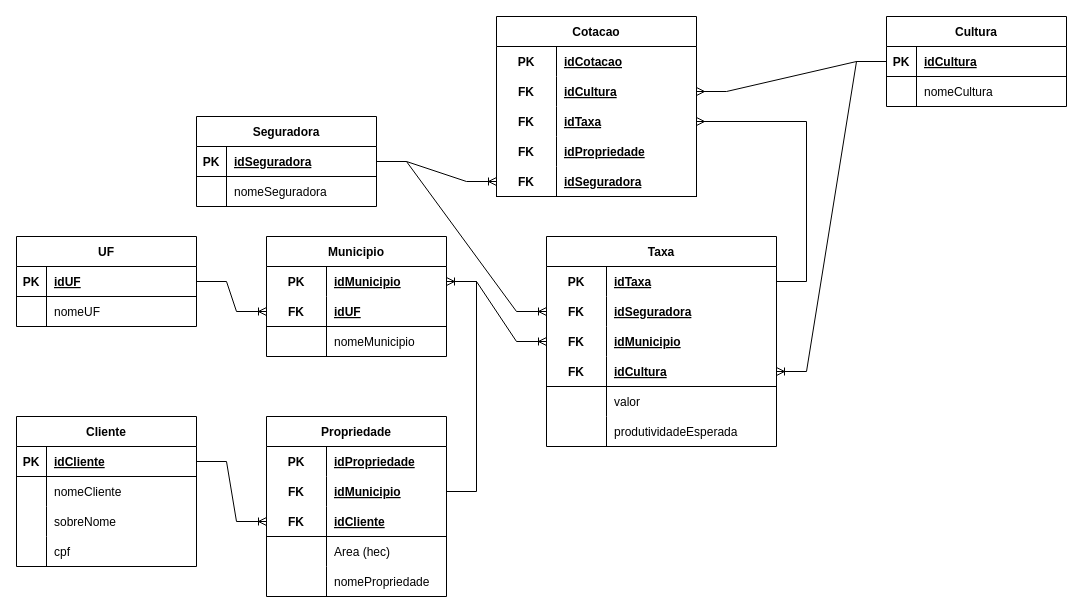
The draw.io diagram page "logica" (2 of 2) of Banco de dados/Modelagem.drawio in TecnologiaAmana/Cotador-1.0, before the edit. Source tidied: cells renumbered, new cells numbered last; positions are measured from the earlier drawing's top-left corner, leaving out a move shared by most shapes. Both pictures are drawn from the tidied source at 100%, with x=0, y=0 at pixel (16, 16).
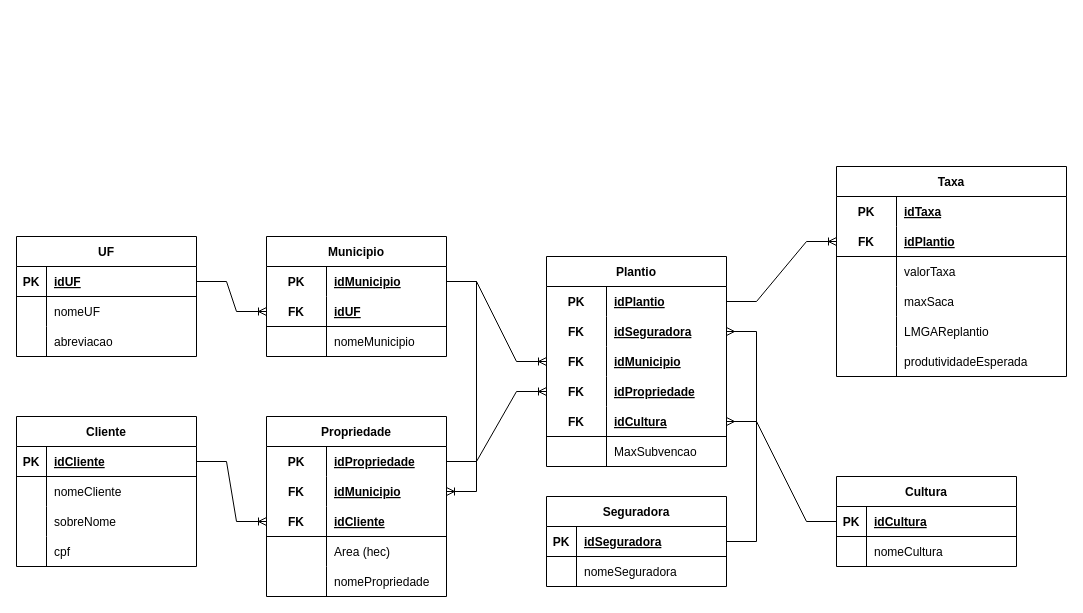
The same page after the edit.

Unchanged cells that the change refers to:
```xml
<mxCell id="16" style="shape=partialRectangle;fillColor=none;top=0;left=0;bottom=0;right=0;points=[[0,0.5],[1,0.5]];portConstraint=eastwest;" parent="15" vertex="1">
  <mxGeometry y="30" width="180" height="30" as="geometry" />
</mxCell>
<mxCell id="19" style="shape=partialRectangle;fillColor=none;top=0;left=0;bottom=0;right=0;points=[[0,0.5],[1,0.5]];portConstraint=eastwest;" parent="15" vertex="1">
  <mxGeometry y="60" width="180" height="30" as="geometry" />
</mxCell>
<mxCell id="32" style="shape=partialRectangle;fillColor=none;top=0;left=0;bottom=1;right=0;points=[[0,0.5],[1,0.5]];portConstraint=eastwest;" parent="31" vertex="1">
  <mxGeometry y="30" width="180" height="30" as="geometry" />
</mxCell>
<mxCell id="55" style="shape=partialRectangle;fillColor=none;top=0;left=0;bottom=1;right=0;points=[[0,0.5],[1,0.5]];portConstraint=eastwest;" parent="54" vertex="1">
  <mxGeometry y="30" width="180" height="30" as="geometry" />
</mxCell>
<mxCell id="62" style="shape=partialRectangle;fillColor=none;top=0;left=0;bottom=0;right=0;points=[[0,0.5],[1,0.5]];portConstraint=eastwest;" parent="61" vertex="1">
  <mxGeometry y="30" width="230" height="30" as="geometry" />
</mxCell>
<mxCell id="95" style="shape=partialRectangle;fillColor=none;top=0;left=0;bottom=0;right=0;points=[[0,0.5],[1,0.5]];portConstraint=eastwest;" parent="94" vertex="1">
  <mxGeometry y="30" width="180" height="30" as="geometry" />
</mxCell>
```

The edit, as a diff of the source:
```diff
@@
     <mxCell id="31" value="Cultura" style="shape=table;startSize=30;childLayout=tableLayout;rowLines=0;fontStyle=1;align=center;" parent="1" vertex="1">
-      <mxGeometry x="870" width="180" height="90" as="geometry" />
+      <mxGeometry x="820" y="460" width="180" height="90" as="geometry" />
     </mxCell>
@@
-    <mxCell id="38" value="Cotacao" style="shape=table;startSize=30;childLayout=tableLayout;rowLines=0;fontStyle=1;align=center;" parent="1" vertex="1">
-      <mxGeometry x="480" width="200" height="180" as="geometry" />
-    </mxCell>
-    <mxCell id="39" style="shape=partialRectangle;fillColor=none;top=0;left=0;bottom=0;right=0;" parent="38" vertex="1">
-      <mxGeometry y="30" width="200" height="30" as="geometry" />
-    </mxCell>
-    <mxCell id="40" value="PK" style="shape=partialRectangle;fillColor=none;top=0;left=0;bottom=0;right=0;fontStyle=1;overflow=hidden;" parent="39" vertex="1">
-      <mxGeometry width="60" height="30" as="geometry" />
-    </mxCell>
-    <mxCell id="41" value="idCotacao" style="shape=partialRectangle;fillColor=none;top=0;left=0;bottom=0;right=0;align=left;spacingLeft=6;fontStyle=5;overflow=hidden;" parent="39" vertex="1">
-      <mxGeometry x="60" width="140" height="30" as="geometry" />
-    </mxCell>
-    <mxCell id="42" style="shape=partialRectangle;fillColor=none;top=0;left=0;bottom=0;right=0;points=[[0,0.5],[1,0.5]];portConstraint=eastwest;" parent="38" vertex="1">
-      <mxGeometry y="60" width="200" height="30" as="geometry" />
-    </mxCell>
-    <mxCell id="43" value="FK" style="shape=partialRectangle;fillColor=none;top=0;left=0;bottom=0;right=0;fontStyle=1;overflow=hidden;" parent="42" vertex="1">
-      <mxGeometry width="60" height="30" as="geometry" />
-    </mxCell>
-    <mxCell id="44" value="idCultura" style="shape=partialRectangle;fillColor=none;top=0;left=0;bottom=0;right=0;align=left;spacingLeft=6;fontStyle=5;overflow=hidden;" parent="42" vertex="1">
-      <mxGeometry x="60" width="140" height="30" as="geometry" />
-    </mxCell>
-    <mxCell id="45" style="shape=partialRectangle;fillColor=none;top=0;left=0;bottom=0;right=0;points=[[0,0.5],[1,0.5]];portConstraint=eastwest;" parent="38" vertex="1">
-      <mxGeometry y="90" width="200" height="30" as="geometry" />
-    </mxCell>
-    <mxCell id="46" value="FK" style="shape=partialRectangle;fillColor=none;top=0;left=0;bottom=0;right=0;fontStyle=1;overflow=hidden;" parent="45" vertex="1">
-      <mxGeometry width="60" height="30" as="geometry" />
-    </mxCell>
-    <mxCell id="47" value="idTaxa" style="shape=partialRectangle;fillColor=none;top=0;left=0;bottom=0;right=0;align=left;spacingLeft=6;fontStyle=5;overflow=hidden;" parent="45" vertex="1">
-      <mxGeometry x="60" width="140" height="30" as="geometry" />
-    </mxCell>
-    <mxCell id="48" style="shape=partialRectangle;fillColor=none;top=0;left=0;bottom=0;right=0;" parent="38" vertex="1">
-      <mxGeometry y="120" width="200" height="30" as="geometry" />
-    </mxCell>
-    <mxCell id="49" value="FK" style="shape=partialRectangle;fillColor=none;top=0;left=0;bottom=0;right=0;fontStyle=1;overflow=hidden;" parent="48" vertex="1">
-      <mxGeometry width="60" height="30" as="geometry" />
-    </mxCell>
-    <mxCell id="50" value="idPropriedade" style="shape=partialRectangle;fillColor=none;top=0;left=0;bottom=0;right=0;align=left;spacingLeft=6;fontStyle=5;overflow=hidden;" parent="48" vertex="1">
-      <mxGeometry x="60" width="140" height="30" as="geometry" />
-    </mxCell>
-    <mxCell id="51" style="shape=partialRectangle;fillColor=none;top=0;left=0;bottom=1;right=0;points=[[0,0.5],[1,0.5]];portConstraint=eastwest;" parent="38" vertex="1">
-      <mxGeometry y="150" width="200" height="30" as="geometry" />
-    </mxCell>
-    <mxCell id="52" value="FK" style="shape=partialRectangle;fillColor=none;top=0;left=0;bottom=0;right=0;fontStyle=1;overflow=hidden;" parent="51" vertex="1">
-      <mxGeometry width="60" height="30" as="geometry" />
-    </mxCell>
-    <mxCell id="53" value="idSeguradora" style="shape=partialRectangle;fillColor=none;top=0;left=0;bottom=0;right=0;align=left;spacingLeft=6;fontStyle=5;overflow=hidden;" parent="51" vertex="1">
-      <mxGeometry x="60" width="140" height="30" as="geometry" />
-    </mxCell>
     <mxCell id="54" value="Seguradora" style="shape=table;startSize=30;childLayout=tableLayout;rowLines=0;fontStyle=1;align=center;" parent="1" vertex="1">
-      <mxGeometry x="180" y="100" width="180" height="90" as="geometry" />
+      <mxGeometry x="530" y="480" width="180" height="90" as="geometry" />
     </mxCell>
@@
     <mxCell id="61" value="Taxa" style="shape=table;startSize=30;childLayout=tableLayout;rowLines=0;fontStyle=1;align=center;" parent="1" vertex="1">
-      <mxGeometry x="530" y="220" width="230" height="210" as="geometry" />
+      <mxGeometry x="820" y="150" width="230" height="210" as="geometry" />
     </mxCell>
@@
-    <mxCell id="65" style="shape=partialRectangle;fillColor=none;top=0;left=0;bottom=0;right=0;points=[[0,0.5],[1,0.5]];portConstraint=eastwest;" parent="61" vertex="1">
-      <mxGeometry y="60" width="230" height="30" as="geometry" />
-    </mxCell>
-    <mxCell id="66" value="FK" style="shape=partialRectangle;fillColor=none;top=0;left=0;bottom=0;right=0;fontStyle=1;overflow=hidden;" parent="65" vertex="1">
-      <mxGeometry width="60" height="30" as="geometry" />
-    </mxCell>
-    <mxCell id="67" value="idSeguradora" style="shape=partialRectangle;fillColor=none;top=0;left=0;bottom=0;right=0;align=left;spacingLeft=6;fontStyle=5;overflow=hidden;" parent="65" vertex="1">
-      <mxGeometry x="60" width="170" height="30" as="geometry" />
-    </mxCell>
-    <mxCell id="68" style="shape=partialRectangle;fillColor=none;top=0;left=0;bottom=0;right=0;points=[[0,0.5],[1,0.5]];portConstraint=eastwest;" parent="61" vertex="1">
-      <mxGeometry y="90" width="230" height="30" as="geometry" />
-    </mxCell>
-    <mxCell id="69" value="FK" style="shape=partialRectangle;fillColor=none;top=0;left=0;bottom=0;right=0;fontStyle=1;overflow=hidden;" parent="68" vertex="1">
-      <mxGeometry width="60" height="30" as="geometry" />
-    </mxCell>
-    <mxCell id="70" value="idMunicipio" style="shape=partialRectangle;fillColor=none;top=0;left=0;bottom=0;right=0;align=left;spacingLeft=6;fontStyle=5;overflow=hidden;" parent="68" vertex="1">
-      <mxGeometry x="60" width="170" height="30" as="geometry" />
-    </mxCell>
     <mxCell id="71" style="shape=partialRectangle;fillColor=none;top=0;left=0;bottom=1;right=0;points=[[0,0.5],[1,0.5]];portConstraint=eastwest;" parent="61" vertex="1">
-      <mxGeometry y="120" width="230" height="30" as="geometry" />
+      <mxGeometry y="60" width="230" height="30" as="geometry" />
     </mxCell>
@@
-    <mxCell id="73" value="idCultura" style="shape=partialRectangle;fillColor=none;top=0;left=0;bottom=0;right=0;align=left;spacingLeft=6;fontStyle=5;overflow=hidden;" parent="71" vertex="1">
+    <mxCell id="73" value="idPlantio" style="shape=partialRectangle;fillColor=none;top=0;left=0;bottom=0;right=0;align=left;spacingLeft=6;fontStyle=5;overflow=hidden;" parent="71" vertex="1">
       <mxGeometry x="60" width="170" height="30" as="geometry" />
     </mxCell>
     <mxCell id="74" style="shape=partialRectangle;fillColor=none;top=0;left=0;bottom=0;right=0;" parent="61" vertex="1">
-      <mxGeometry y="150" width="230" height="30" as="geometry" />
+      <mxGeometry y="90" width="230" height="30" as="geometry" />
     </mxCell>
@@
-    <mxCell id="76" value="valor" style="shape=partialRectangle;fillColor=none;top=0;left=0;bottom=0;right=0;align=left;spacingLeft=6;overflow=hidden;" parent="74" vertex="1">
+    <mxCell id="76" value="valorTaxa" style="shape=partialRectangle;fillColor=none;top=0;left=0;bottom=0;right=0;align=left;spacingLeft=6;overflow=hidden;" parent="74" vertex="1">
       <mxGeometry x="60" width="170" height="30" as="geometry" />
     </mxCell>
+    <mxCell id="106" style="shape=partialRectangle;fillColor=none;top=0;left=0;bottom=0;right=0;" parent="61" vertex="1">
+      <mxGeometry y="120" width="230" height="30" as="geometry" />
+    </mxCell>
+    <mxCell id="107" style="shape=partialRectangle;fillColor=none;top=0;left=0;bottom=0;right=0;overflow=hidden;" parent="106" vertex="1">
+      <mxGeometry width="60" height="30" as="geometry" />
+    </mxCell>
+    <mxCell id="108" value="maxSaca" style="shape=partialRectangle;fillColor=none;top=0;left=0;bottom=0;right=0;align=left;spacingLeft=6;overflow=hidden;" parent="106" vertex="1">
+      <mxGeometry x="60" width="170" height="30" as="geometry" />
+    </mxCell>
+    <mxCell id="109" style="shape=partialRectangle;fillColor=none;top=0;left=0;bottom=0;right=0;" parent="61" vertex="1">
+      <mxGeometry y="150" width="230" height="30" as="geometry" />
+    </mxCell>
+    <mxCell id="110" style="shape=partialRectangle;fillColor=none;top=0;left=0;bottom=0;right=0;overflow=hidden;" parent="109" vertex="1">
+      <mxGeometry width="60" height="30" as="geometry" />
+    </mxCell>
+    <mxCell id="111" value="LMGAReplantio" style="shape=partialRectangle;fillColor=none;top=0;left=0;bottom=0;right=0;align=left;spacingLeft=6;overflow=hidden;" parent="109" vertex="1">
+      <mxGeometry x="60" width="170" height="30" as="geometry" />
+    </mxCell>
@@
-    <mxCell id="80" style="edgeStyle=entityRelationEdgeStyle;fontSize=12;html=1;endArrow=ERoneToMany;rounded=0;" parent="1" edge="1" source="32" target="71">
-      <mxGeometry relative="1" as="geometry" />
-    </mxCell>
-    <mxCell id="81" style="edgeStyle=entityRelationEdgeStyle;fontSize=12;html=1;endArrow=ERoneToMany;rounded=0;" parent="1" edge="1" source="55" target="65">
-      <mxGeometry relative="1" as="geometry" />
-    </mxCell>
@@
-    <mxCell id="83" style="edgeStyle=entityRelationEdgeStyle;fontSize=12;html=1;endArrow=ERoneToMany;rounded=0;" parent="1" edge="1" source="19" target="95">
-      <mxGeometry relative="1" as="geometry" />
-    </mxCell>
-    <mxCell id="84" style="edgeStyle=entityRelationEdgeStyle;fontSize=12;html=1;endArrow=ERmany;rounded=0;" parent="1" edge="1" source="32" target="42">
-      <mxGeometry relative="1" as="geometry" />
-    </mxCell>
-    <mxCell id="85" style="edgeStyle=entityRelationEdgeStyle;fontSize=12;html=1;endArrow=ERmany;rounded=0;" parent="1" edge="1" source="62" target="45">
-      <mxGeometry relative="1" as="geometry" />
-    </mxCell>
-    <mxCell id="86" style="edgeStyle=entityRelationEdgeStyle;fontSize=12;html=1;endArrow=ERoneToMany;rounded=0;" parent="1" edge="1" source="55" target="51">
-      <mxGeometry relative="1" as="geometry" />
-    </mxCell>
     <mxCell id="87" value="UF" style="shape=table;startSize=30;childLayout=tableLayout;rowLines=0;fontStyle=1;align=center;" parent="1" vertex="1">
-      <mxGeometry y="220" width="180" height="90" as="geometry" />
+      <mxGeometry y="220" width="180" height="120" as="geometry" />
     </mxCell>
@@
+    <mxCell id="112" style="shape=partialRectangle;fillColor=none;top=0;left=0;bottom=0;right=0;" parent="87" vertex="1">
+      <mxGeometry y="90" width="180" height="30" as="geometry" />
+    </mxCell>
+    <mxCell id="113" style="shape=partialRectangle;fillColor=none;top=0;left=0;bottom=0;right=0;overflow=hidden;" parent="112" vertex="1">
+      <mxGeometry width="30" height="30" as="geometry" />
+    </mxCell>
+    <mxCell id="114" value="abreviacao" style="shape=partialRectangle;fillColor=none;top=0;left=0;bottom=0;right=0;align=left;spacingLeft=6;overflow=hidden;" parent="112" vertex="1">
+      <mxGeometry x="30" width="150" height="30" as="geometry" />
+    </mxCell>
@@
-    <mxCell id="105" style="edgeStyle=entityRelationEdgeStyle;fontSize=12;html=1;endArrow=ERoneToMany;rounded=0;" parent="1" edge="1" source="95" target="68">
-      <mxGeometry relative="1" as="geometry" />
-    </mxCell>
+    <mxCell id="115" style="edgeStyle=entityRelationEdgeStyle;fontSize=12;html=1;endArrow=ERoneToMany;rounded=0;" parent="1" edge="1" source="95" target="19">
+      <mxGeometry relative="1" as="geometry" />
+    </mxCell>
+    <mxCell id="116" style="edgeStyle=entityRelationEdgeStyle;fontSize=12;html=1;endArrow=ERoneToMany;rounded=0;" parent="1" edge="1" source="120" target="71">
+      <mxGeometry relative="1" as="geometry" />
+    </mxCell>
+    <mxCell id="117" style="edgeStyle=entityRelationEdgeStyle;fontSize=12;html=1;endArrow=ERmany;rounded=0;" parent="1" edge="1" source="32" target="129">
+      <mxGeometry relative="1" as="geometry" />
+    </mxCell>
+    <mxCell id="118" style="edgeStyle=entityRelationEdgeStyle;fontSize=12;html=1;endArrow=ERoneToMany;rounded=0;" parent="1" edge="1" source="95" target="125">
+      <mxGeometry relative="1" as="geometry" />
+    </mxCell>
+    <mxCell id="119" value="Plantio" style="shape=table;startSize=30;childLayout=tableLayout;rowLines=0;fontStyle=1;align=center;" parent="1" vertex="1">
+      <mxGeometry x="530" y="240" width="180" height="210" as="geometry" />
+    </mxCell>
+    <mxCell id="120" style="shape=partialRectangle;fillColor=none;top=0;left=0;bottom=0;right=0;points=[[0,0.5],[1,0.5]];portConstraint=eastwest;" parent="119" vertex="1">
+      <mxGeometry y="30" width="180" height="30" as="geometry" />
+    </mxCell>
+    <mxCell id="40" value="PK" style="shape=partialRectangle;fillColor=none;top=0;left=0;bottom=0;right=0;fontStyle=1;overflow=hidden;" parent="120" vertex="1">
+      <mxGeometry width="60" height="30" as="geometry" />
+    </mxCell>
+    <mxCell id="121" value="idPlantio" style="shape=partialRectangle;fillColor=none;top=0;left=0;bottom=0;right=0;align=left;spacingLeft=6;fontStyle=5;overflow=hidden;" parent="120" vertex="1">
+      <mxGeometry x="60" width="120" height="30" as="geometry" />
+    </mxCell>
+    <mxCell id="122" style="shape=partialRectangle;fillColor=none;top=0;left=0;bottom=0;right=0;points=[[0,0.5],[1,0.5]];portConstraint=eastwest;" parent="119" vertex="1">
+      <mxGeometry y="60" width="180" height="30" as="geometry" />
+    </mxCell>
+    <mxCell id="123" value="FK" style="shape=partialRectangle;fillColor=none;top=0;left=0;bottom=0;right=0;fontStyle=1;overflow=hidden;" parent="122" vertex="1">
+      <mxGeometry width="60" height="30" as="geometry" />
+    </mxCell>
+    <mxCell id="124" value="idSeguradora" style="shape=partialRectangle;fillColor=none;top=0;left=0;bottom=0;right=0;align=left;spacingLeft=6;fontStyle=5;overflow=hidden;" parent="122" vertex="1">
+      <mxGeometry x="60" width="120" height="30" as="geometry" />
+    </mxCell>
+    <mxCell id="125" style="shape=partialRectangle;fillColor=none;top=0;left=0;bottom=0;right=0;points=[[0,0.5],[1,0.5]];portConstraint=eastwest;" parent="119" vertex="1">
+      <mxGeometry y="90" width="180" height="30" as="geometry" />
+    </mxCell>
+    <mxCell id="126" value="FK" style="shape=partialRectangle;fillColor=none;top=0;left=0;bottom=0;right=0;fontStyle=1;overflow=hidden;" parent="125" vertex="1">
+      <mxGeometry width="60" height="30" as="geometry" />
+    </mxCell>
+    <mxCell id="70" value="idMunicipio" style="shape=partialRectangle;fillColor=none;top=0;left=0;bottom=0;right=0;align=left;spacingLeft=6;fontStyle=5;overflow=hidden;" parent="125" vertex="1">
+      <mxGeometry x="60" width="120" height="30" as="geometry" />
+    </mxCell>
+    <mxCell id="127" style="shape=partialRectangle;fillColor=none;top=0;left=0;bottom=0;right=0;points=[[0,0.5],[1,0.5]];portConstraint=eastwest;" parent="119" vertex="1">
+      <mxGeometry y="120" width="180" height="30" as="geometry" />
+    </mxCell>
+    <mxCell id="128" value="FK" style="shape=partialRectangle;fillColor=none;top=0;left=0;bottom=0;right=0;fontStyle=1;overflow=hidden;" parent="127" vertex="1">
+      <mxGeometry width="60" height="30" as="geometry" />
+    </mxCell>
+    <mxCell id="50" value="idPropriedade" style="shape=partialRectangle;fillColor=none;top=0;left=0;bottom=0;right=0;align=left;spacingLeft=6;fontStyle=5;overflow=hidden;" parent="127" vertex="1">
+      <mxGeometry x="60" width="120" height="30" as="geometry" />
+    </mxCell>
+    <mxCell id="129" style="shape=partialRectangle;fillColor=none;top=0;left=0;bottom=1;right=0;points=[[0,0.5],[1,0.5]];portConstraint=eastwest;" parent="119" vertex="1">
+      <mxGeometry y="150" width="180" height="30" as="geometry" />
+    </mxCell>
+    <mxCell id="130" value="FK" style="shape=partialRectangle;fillColor=none;top=0;left=0;bottom=0;right=0;fontStyle=1;overflow=hidden;" parent="129" vertex="1">
+      <mxGeometry width="60" height="30" as="geometry" />
+    </mxCell>
+    <mxCell id="44" value="idCultura" style="shape=partialRectangle;fillColor=none;top=0;left=0;bottom=0;right=0;align=left;spacingLeft=6;fontStyle=5;overflow=hidden;" parent="129" vertex="1">
+      <mxGeometry x="60" width="120" height="30" as="geometry" />
+    </mxCell>
+    <mxCell id="131" style="shape=partialRectangle;fillColor=none;top=0;left=0;bottom=0;right=0;" parent="119" vertex="1">
+      <mxGeometry y="180" width="180" height="30" as="geometry" />
+    </mxCell>
+    <mxCell id="132" style="shape=partialRectangle;fillColor=none;top=0;left=0;bottom=0;right=0;overflow=hidden;" parent="131" vertex="1">
+      <mxGeometry width="60" height="30" as="geometry" />
+    </mxCell>
+    <mxCell id="133" value="MaxSubvencao" style="shape=partialRectangle;fillColor=none;top=0;left=0;bottom=0;right=0;align=left;spacingLeft=6;overflow=hidden;" parent="131" vertex="1">
+      <mxGeometry x="60" width="120" height="30" as="geometry" />
+    </mxCell>
+    <mxCell id="134" style="edgeStyle=entityRelationEdgeStyle;fontSize=12;html=1;endArrow=ERmany;rounded=0;" parent="1" edge="1" source="55" target="122">
+      <mxGeometry relative="1" as="geometry" />
+    </mxCell>
+    <mxCell id="135" style="edgeStyle=entityRelationEdgeStyle;fontSize=12;html=1;endArrow=ERoneToMany;rounded=0;" parent="1" edge="1" source="16" target="127">
+      <mxGeometry relative="1" as="geometry" />
+    </mxCell>
```
